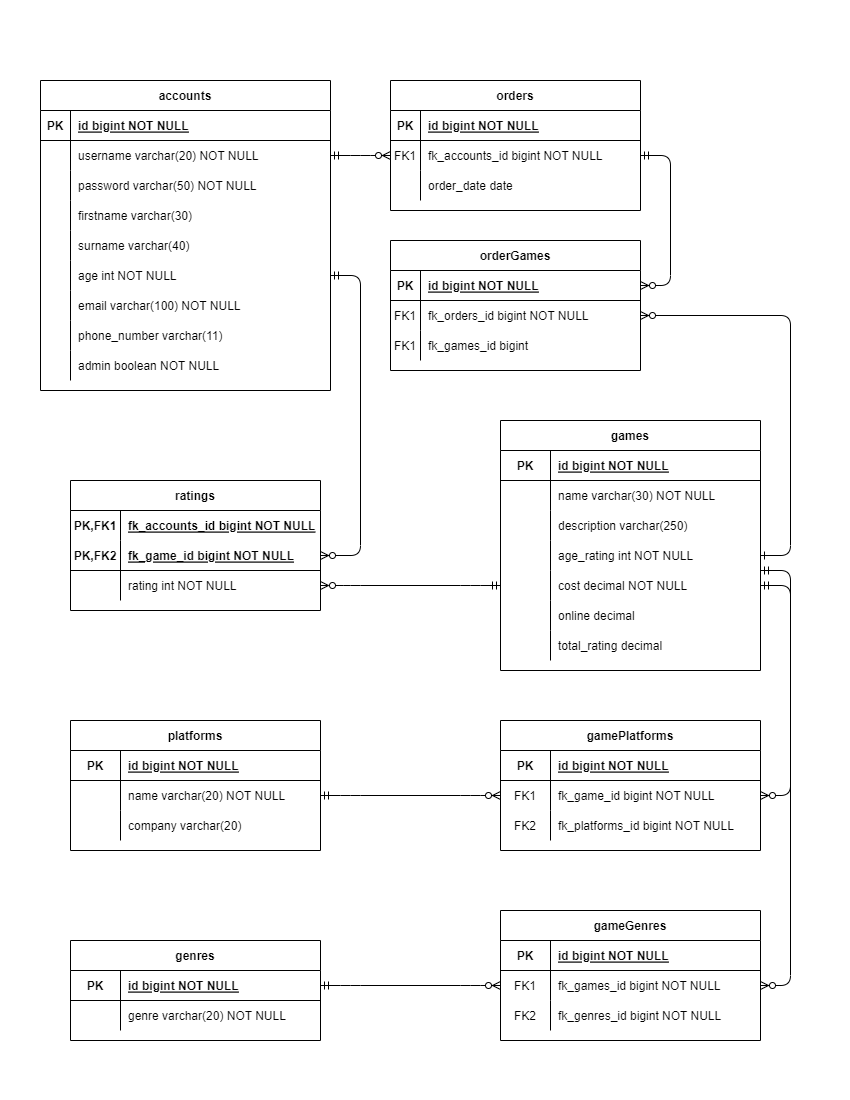
The draw.io diagram docs/gameStoreERD.png in Kalliszta/gamestore-api, before a commit. Source tidied: cells renumbered, new cells last; positions are measured from the earlier drawing's top-left corner, leaving out a move shared by most shapes.
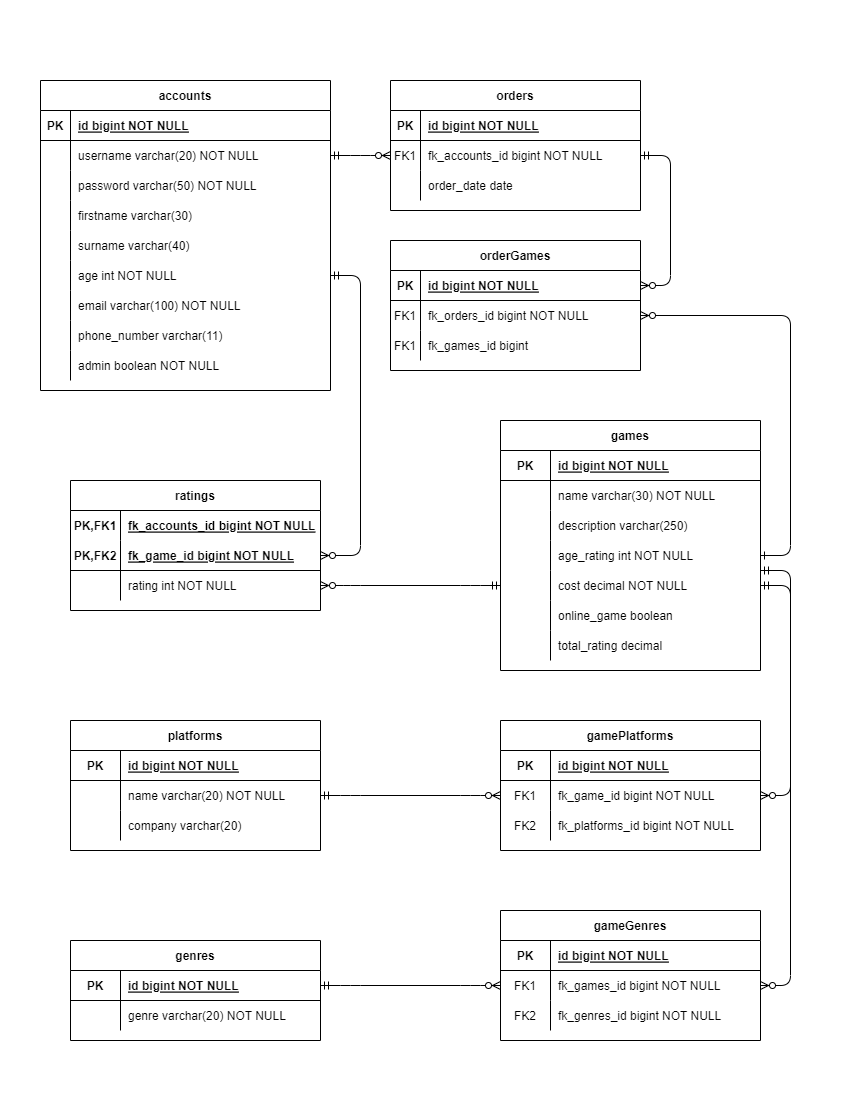
Above is the later version.

Commit message:
Fixed ERD - changed online to online_game and datatype from decimal to boolean

What changed in the source:
```diff
@@ -263,7 +263,7 @@
     <mxCell id="88" style="shape=partialRectangle;overflow=hidden;fillColor=none;top=0;left=0;bottom=0;right=0;" parent="87" vertex="1">
       <mxGeometry width="50" height="30" as="geometry" />
     </mxCell>
-    <mxCell id="89" value="online decimal" style="shape=partialRectangle;overflow=hidden;fillColor=none;top=0;left=0;bottom=0;right=0;align=left;spacingLeft=6;" parent="87" vertex="1">
+    <mxCell id="89" value="online_game boolean" style="shape=partialRectangle;overflow=hidden;fillColor=none;top=0;left=0;bottom=0;right=0;align=left;spacingLeft=6;" parent="87" vertex="1">
       <mxGeometry x="50" width="210" height="30" as="geometry" />
     </mxCell>
     <mxCell id="90" style="shape=partialRectangle;fillColor=none;top=0;left=0;right=0;bottom=0;" parent="71" vertex="1">
```
